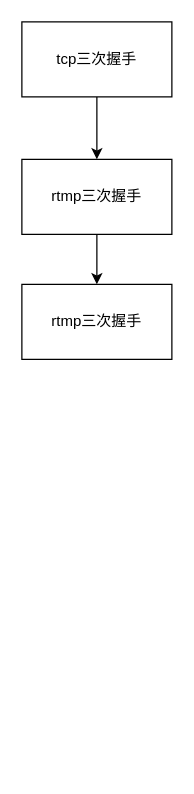
This is doc/rtmp/rtmp.drawio from canaconZion/streaming-practice, a draw.io file, before an edit. Source tidied: cells renumbered, new cells numbered last; positions are measured from the earlier drawing's top-left corner, leaving out a move shared by most shapes. Both pictures are drawn from the tidied source at 125%, with x=0, y=0 at pixel (21, 21).
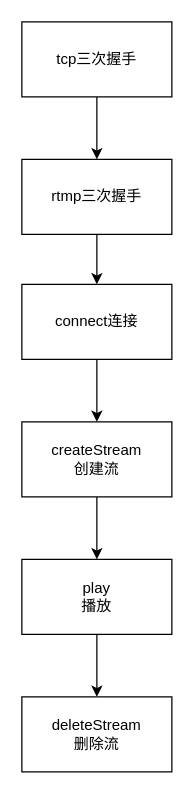
Above is the later version.

Diff of the diagram source:
```diff
@@
 <mxGraphModel>
   <root>
     <mxCell id="0" />
     <mxCell id="1" parent="0" />
     <mxCell id="2" style="edgeStyle=none;html=1;" parent="1" edge="1" source="3" target="5">
       <mxGeometry relative="1" as="geometry" />
     </mxCell>
     <mxCell id="3" value="tcp三次握手" style="rounded=0;whiteSpace=wrap;html=1;" parent="1" vertex="1">
       <mxGeometry width="120" height="60" as="geometry" />
     </mxCell>
     <mxCell id="4" style="edgeStyle=none;html=1;" parent="1" edge="1" source="5" target="6">
       <mxGeometry relative="1" as="geometry" />
     </mxCell>
     <mxCell id="5" value="rtmp三次握手" style="whiteSpace=wrap;html=1;rounded=0;" parent="1" vertex="1">
       <mxGeometry y="110" width="120" height="60" as="geometry" />
     </mxCell>
+    <mxCell id="7" style="edgeStyle=none;html=1;" parent="1" edge="1" source="6" target="9">
+      <mxGeometry relative="1" as="geometry" />
+    </mxCell>
-    <mxCell id="6" value="rtmp三次握手" style="whiteSpace=wrap;html=1;rounded=0;" parent="1" vertex="1">
+    <mxCell id="6" value="connect连接" style="whiteSpace=wrap;html=1;rounded=0;" parent="1" vertex="1">
       <mxGeometry y="210" width="120" height="60" as="geometry" />
     </mxCell>
+    <mxCell id="8" style="edgeStyle=none;html=1;" parent="1" edge="1" source="9" target="11">
+      <mxGeometry relative="1" as="geometry" />
+    </mxCell>
+    <mxCell id="9" value="createStream&lt;br&gt;创建流" style="whiteSpace=wrap;html=1;rounded=0;" parent="1" vertex="1">
+      <mxGeometry y="320" width="120" height="60" as="geometry" />
+    </mxCell>
+    <mxCell id="10" style="edgeStyle=none;html=1;" parent="1" edge="1" source="11" target="12">
+      <mxGeometry relative="1" as="geometry" />
+    </mxCell>
+    <mxCell id="11" value="play&lt;br&gt;播放" style="whiteSpace=wrap;html=1;rounded=0;" parent="1" vertex="1">
+      <mxGeometry y="430" width="120" height="60" as="geometry" />
+    </mxCell>
+    <mxCell id="12" value="deleteStream&lt;br&gt;删除流" style="whiteSpace=wrap;html=1;rounded=0;" parent="1" vertex="1">
+      <mxGeometry y="540" width="120" height="60" as="geometry" />
+    </mxCell>
   </root>
 </mxGraphModel>
```
